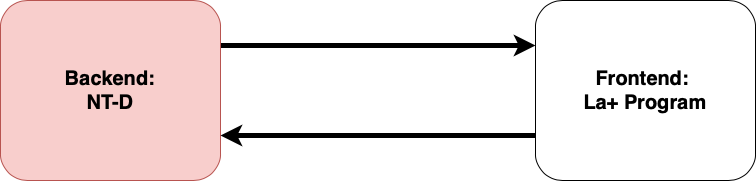
This is architecture.png from hermeschen1116/project-unicorn, a draw.io export, as it was before one commit. Source tidied: cells renumbered, new cells last; positions are measured from the earlier drawing's top-left corner, leaving out a move shared by most shapes. Source of this version:
```xml
<mxGraphModel>
  <root>
    <mxCell id="0" />
    <mxCell id="1" parent="0" />
    <mxCell id="2" style="edgeStyle=orthogonalEdgeStyle;rounded=0;jettySize=auto;html=1;exitX=1;exitY=0.25;exitDx=0;exitDy=0;entryX=0;entryY=0.25;entryDx=0;entryDy=0;fontSize=20;strokeWidth=5;" parent="1" edge="1" source="3" target="5">
      <mxGeometry relative="1" as="geometry" />
    </mxCell>
    <mxCell id="3" value="&lt;span style=&quot;font-size: 20px; font-weight: 700;&quot;&gt;Backend: &lt;br&gt;NT-D&lt;/span&gt;" style="rounded=1;whiteSpace=wrap;html=1;fillColor=#f8cecc;strokeColor=#b85450;" parent="1" vertex="1">
      <mxGeometry width="220" height="180" as="geometry" />
    </mxCell>
    <mxCell id="4" style="edgeStyle=orthogonalEdgeStyle;rounded=0;jettySize=auto;html=1;exitX=0;exitY=0.75;exitDx=0;exitDy=0;entryX=1;entryY=0.75;entryDx=0;entryDy=0;fontSize=20;strokeWidth=5;" parent="1" edge="1" source="5" target="3">
      <mxGeometry relative="1" as="geometry" />
    </mxCell>
    <mxCell id="5" value="&lt;span style=&quot;font-size: 20px; font-weight: 700;&quot;&gt;Frontend: &lt;br&gt;La+ Program&lt;/span&gt;" style="rounded=1;whiteSpace=wrap;html=1;" parent="1" vertex="1">
      <mxGeometry x="535" width="220" height="180" as="geometry" />
    </mxCell>
  </root>
</mxGraphModel>
```
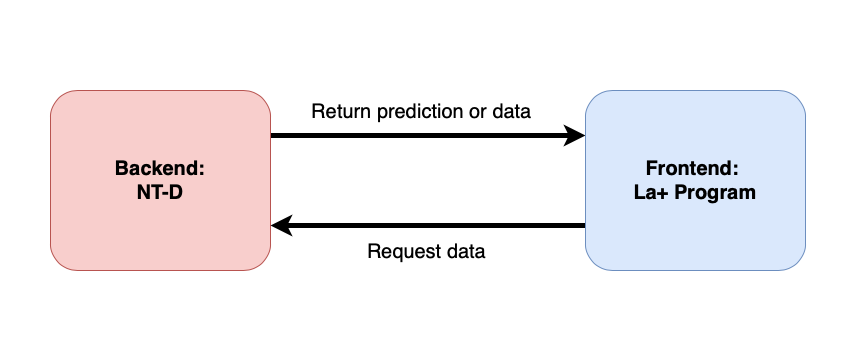
After the commit.

What changed in the source:
```diff
@@ -2,16 +2,29 @@
   <root>
     <mxCell id="0" />
     <mxCell id="1" parent="0" />
+    <mxCell id="6" style="rounded=0;whiteSpace=wrap;html=1;fontSize=20;strokeColor=none;" parent="1" vertex="1">
+      <mxGeometry x="-50" y="-90" width="850" height="360" as="geometry" />
+    </mxCell>
     <mxCell id="2" style="edgeStyle=orthogonalEdgeStyle;rounded=0;jettySize=auto;html=1;exitX=1;exitY=0.25;exitDx=0;exitDy=0;entryX=0;entryY=0.25;entryDx=0;entryDy=0;fontSize=20;strokeWidth=5;" parent="1" edge="1" source="3" target="5">
       <mxGeometry relative="1" as="geometry" />
     </mxCell>
+    <mxCell id="7" value="Return prediction or data" style="edgeLabel;html=1;align=center;verticalAlign=middle;fontSize=20;" parent="2" vertex="1">
+      <mxGeometry x="-0.19" y="4" relative="1" as="geometry">
+        <mxPoint x="23" y="-21" as="offset" />
+      </mxGeometry>
+    </mxCell>
     <mxCell id="3" value="&lt;span style=&quot;font-size: 20px; font-weight: 700;&quot;&gt;Backend: &lt;br&gt;NT-D&lt;/span&gt;" style="rounded=1;whiteSpace=wrap;html=1;fillColor=#f8cecc;strokeColor=#b85450;" parent="1" vertex="1">
       <mxGeometry width="220" height="180" as="geometry" />
     </mxCell>
     <mxCell id="4" style="edgeStyle=orthogonalEdgeStyle;rounded=0;jettySize=auto;html=1;exitX=0;exitY=0.75;exitDx=0;exitDy=0;entryX=1;entryY=0.75;entryDx=0;entryDy=0;fontSize=20;strokeWidth=5;" parent="1" edge="1" source="5" target="3">
       <mxGeometry relative="1" as="geometry" />
     </mxCell>
+    <mxCell id="8" value="Request data" style="edgeLabel;html=1;align=center;verticalAlign=middle;fontSize=20;" parent="4" vertex="1">
+      <mxGeometry x="0.02" y="-3" relative="1" as="geometry">
+        <mxPoint y="28" as="offset" />
+      </mxGeometry>
+    </mxCell>
-    <mxCell id="5" value="&lt;span style=&quot;font-size: 20px; font-weight: 700;&quot;&gt;Frontend: &lt;br&gt;La+ Program&lt;/span&gt;" style="rounded=1;whiteSpace=wrap;html=1;" parent="1" vertex="1">
+    <mxCell id="5" value="&lt;span style=&quot;font-size: 20px; font-weight: 700;&quot;&gt;Frontend: &lt;br&gt;La+ Program&lt;/span&gt;" style="rounded=1;whiteSpace=wrap;html=1;fillColor=#dae8fc;strokeColor=#6c8ebf;" parent="1" vertex="1">
       <mxGeometry x="535" width="220" height="180" as="geometry" />
     </mxCell>
   </root>
```
